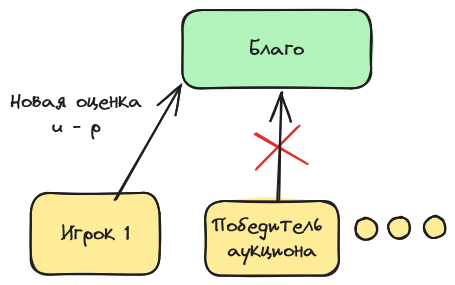
Above: assets/mechanism/vcg.excalidraw.png in motololler070/GameTheoryDiplom (Excalidraw), before the change. Source tidied: one line per element, renumbered; positions are measured from the earlier drawing's top-left corner, leaving out a move shared by most shapes.
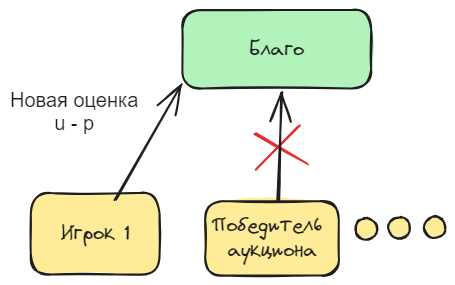
After the change.

Change to the diagram source:
```diff
@@ -8,7 +8,7 @@
 {"id": 7, "type": "rectangle", "strokeColor": "#1e1e1e", "backgroundColor": "#ffec99", "fillStyle": "solid", "strokeWidth": 2, "roughness": 1, "round": true, "x": 21, "y": 183, "width": 129, "height": 82}
 {"id": 8, "type": "text", "text": "Игрок 1", "strokeColor": "#1e1e1e", "backgroundColor": "#ffec99", "fillStyle": "solid", "strokeWidth": 2, "roughness": 1, "fontSize": 20, "fontFamily": 1, "textAlign": "center", "verticalAlign": "middle", "inside": 7, "x": 50, "y": 211, "width": 70, "height": 25}
 {"id": 9, "type": "arrow", "strokeColor": "#1e1e1e", "backgroundColor": "#ffec99", "fillStyle": "solid", "strokeWidth": 2, "roughness": 1, "endArrowhead": "arrow", "round": true, "to": 11, "x": 106, "y": 189, "width": 66, "height": 115, "points": [[0, 0], [66, -115]]}
-{"id": 10, "type": "text", "text": "Новая оценка\nu - p", "strokeColor": "#1e1e1e", "backgroundColor": "#ffec99", "fillStyle": "solid", "strokeWidth": 2, "roughness": 1, "fontSize": 20, "fontFamily": 1, "textAlign": "center", "x": 0, "y": 79, "width": 132, "height": 50}
+{"id": 10, "type": "text", "text": "Новая оценка\nu - p", "strokeColor": "#1e1e1e", "backgroundColor": "#ffec99", "fillStyle": "solid", "strokeWidth": 2, "roughness": 1, "fontSize": 20, "fontFamily": 2, "textAlign": "center", "x": 0, "y": 79, "width": 128, "height": 46}
 {"id": 11, "type": "rectangle", "strokeColor": "#1e1e1e", "backgroundColor": "#b2f2bb", "fillStyle": "solid", "strokeWidth": 2, "roughness": 1, "round": true, "x": 172, "y": 0, "width": 189, "height": 78}
 {"id": 12, "type": "text", "text": "Благо", "strokeColor": "#1e1e1e", "backgroundColor": "#ffec99", "fillStyle": "solid", "strokeWidth": 2, "roughness": 1, "fontSize": 20, "fontFamily": 1, "textAlign": "center", "verticalAlign": "middle", "inside": 11, "x": 239, "y": 27, "width": 55, "height": 25}
 {"id": 13, "type": "arrow", "strokeColor": "#1e1e1e", "backgroundColor": "#ffec99", "fillStyle": "solid", "strokeWidth": 2, "roughness": 1, "endArrowhead": "arrow", "round": true, "from": 0, "to": 11, "x": 268, "y": 190, "width": 5, "height": 107, "points": [[0, 0], [5, -107]]}
```
